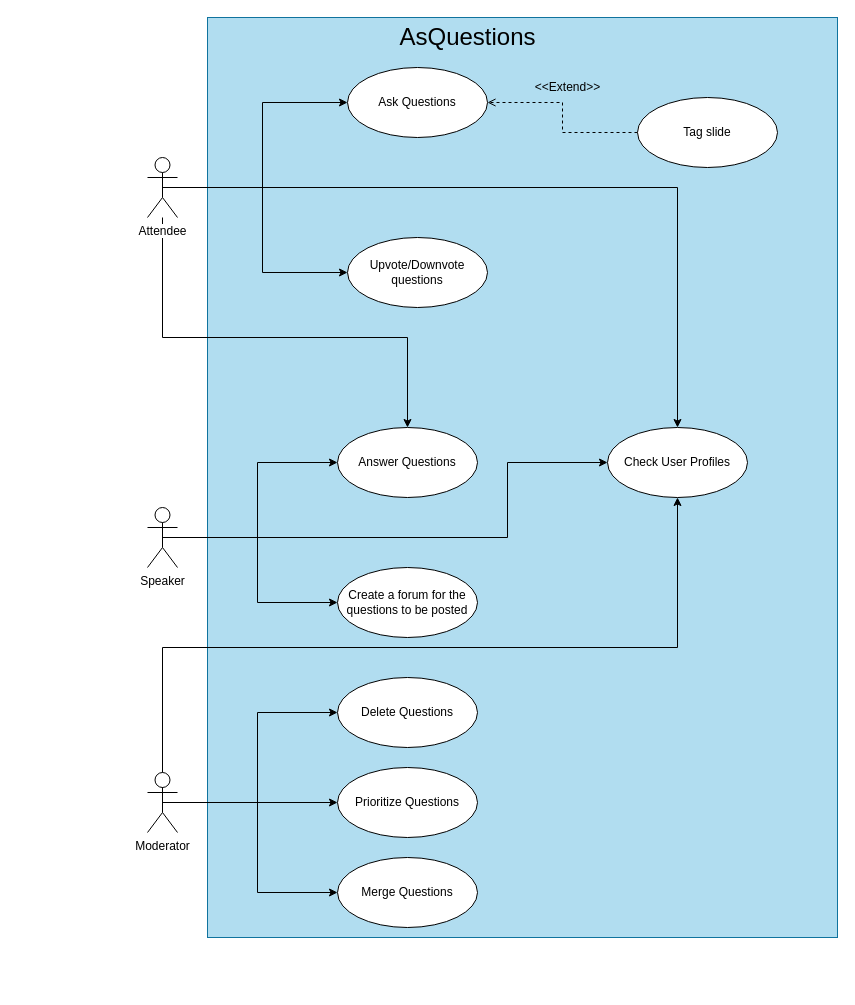
This is img/use_cases.drawio from FEUP-ESOF-2020-21/open-cx-t1g1-ploggers, a draw.io file, before an edit. Source tidied: cells renumbered, new cells numbered last; positions are measured from the earlier drawing's top-left corner, leaving out a move shared by most shapes. Both pictures are drawn from the tidied source at 100%, with x=0, y=0 at pixel (147, 17).
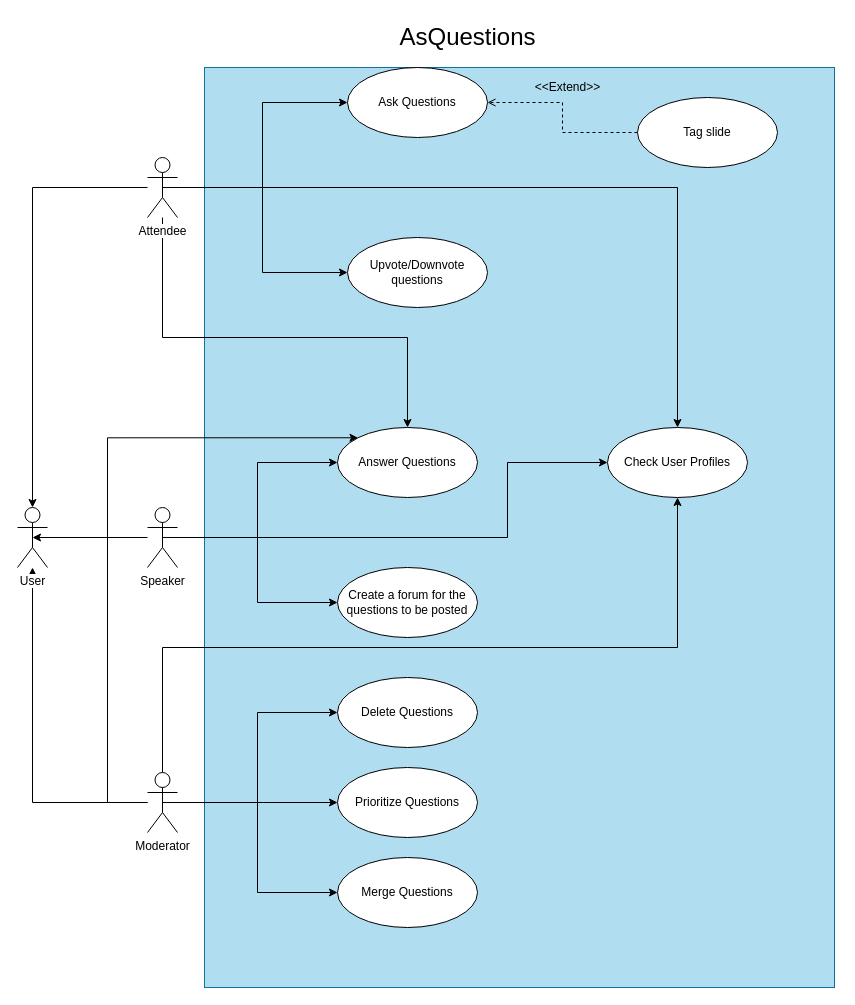
The same page after the edit.

Commit message (it also covers changes not shown here):
Updated the readme with the specifications of the use case diagram

The change refers to these unchanged cells:
```xml
<mxCell id="7" value="Attendee" style="shape=umlActor;verticalLabelPosition=bottom;labelBackgroundColor=#ffffff;verticalAlign=top;html=1;" parent="1" vertex="1">
  <mxGeometry y="140" width="30" height="60" as="geometry" />
</mxCell>
<mxCell id="15" value="Speaker" style="shape=umlActor;verticalLabelPosition=bottom;labelBackgroundColor=#ffffff;verticalAlign=top;html=1;" parent="1" vertex="1">
  <mxGeometry y="490" width="30" height="60" as="geometry" />
</mxCell>
<mxCell id="17" value="Answer Questions" style="ellipse;whiteSpace=wrap;html=1;" parent="1" vertex="1">
  <mxGeometry x="190" y="410" width="140" height="70" as="geometry" />
</mxCell>
<mxCell id="22" value="Moderator" style="shape=umlActor;verticalLabelPosition=bottom;labelBackgroundColor=#ffffff;verticalAlign=top;html=1;" parent="1" vertex="1">
  <mxGeometry y="755" width="30" height="60" as="geometry" />
</mxCell>
```

Change to the diagram source:
```diff
@@
     <mxCell id="2" style="rounded=0;whiteSpace=wrap;html=1;fillColor=#b1ddf0;strokeColor=#10739e;" parent="1" vertex="1">
-      <mxGeometry x="60" width="630" height="920" as="geometry" />
+      <mxGeometry x="57" y="50" width="630" height="920" as="geometry" />
     </mxCell>
@@
+    <mxCell id="29" style="edgeStyle=orthogonalEdgeStyle;rounded=0;jettySize=auto;html=1;entryX=0.5;entryY=0;entryDx=0;entryDy=0;entryPerimeter=0;" parent="1" edge="1" source="7" target="33">
+      <mxGeometry relative="1" as="geometry" />
+    </mxCell>
@@
+    <mxCell id="30" style="edgeStyle=orthogonalEdgeStyle;rounded=0;jettySize=auto;html=1;entryX=0.5;entryY=0.5;entryDx=0;entryDy=0;entryPerimeter=0;" parent="1" edge="1" source="15" target="33">
+      <mxGeometry relative="1" as="geometry" />
+    </mxCell>
@@
+    <mxCell id="31" style="edgeStyle=orthogonalEdgeStyle;rounded=0;jettySize=auto;html=1;" parent="1" edge="1" source="22" target="33">
+      <mxGeometry relative="1" as="geometry" />
+    </mxCell>
+    <mxCell id="32" style="edgeStyle=orthogonalEdgeStyle;rounded=0;jettySize=auto;html=1;entryX=0;entryY=0;entryDx=0;entryDy=0;" parent="1" edge="1" source="22" target="17">
+      <mxGeometry relative="1" as="geometry">
+        <Array as="points">
+          <mxPoint x="-40" y="785" />
+          <mxPoint x="-40" y="420" />
+        </Array>
+      </mxGeometry>
+    </mxCell>
@@
+    <mxCell id="33" value="User" style="shape=umlActor;verticalLabelPosition=bottom;labelBackgroundColor=#ffffff;verticalAlign=top;html=1;" parent="1" vertex="1">
+      <mxGeometry x="-130" y="490" width="30" height="60" as="geometry" />
+    </mxCell>
```
